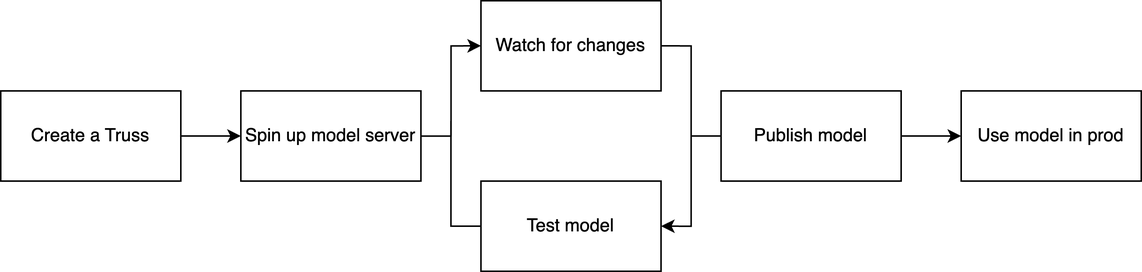
This is docs/images/user-workflow.png from basetenlabs/truss, a draw.io export, as it was before one commit. Source tidied: cells renumbered, new cells last; positions are measured from the earlier drawing's top-left corner, leaving out a move shared by most shapes. Its diagram source:
```xml
<mxGraphModel>
  <root>
    <mxCell id="0" />
    <mxCell id="1" parent="0" />
    <mxCell id="2" style="edgeStyle=orthogonalEdgeStyle;rounded=0;jettySize=auto;html=1;sketch=0;fontStyle=0;" parent="1" edge="1" source="3" target="5">
      <mxGeometry relative="1" as="geometry" />
    </mxCell>
    <mxCell id="3" value="Create a Truss" style="rounded=0;whiteSpace=wrap;html=1;sketch=0;fontStyle=0;" parent="1" vertex="1">
      <mxGeometry y="60" width="120" height="60" as="geometry" />
    </mxCell>
    <mxCell id="4" style="edgeStyle=orthogonalEdgeStyle;rounded=0;jettySize=auto;html=1;entryX=0;entryY=0.5;entryDx=0;entryDy=0;sketch=0;fontStyle=0;" parent="1" edge="1" source="5" target="7">
      <mxGeometry relative="1" as="geometry" />
    </mxCell>
    <mxCell id="5" value="Spin up model server" style="rounded=0;whiteSpace=wrap;html=1;sketch=0;fontStyle=0;" parent="1" vertex="1">
      <mxGeometry x="160" y="60" width="120" height="60" as="geometry" />
    </mxCell>
    <mxCell id="6" style="edgeStyle=orthogonalEdgeStyle;rounded=0;jettySize=auto;html=1;exitX=1;exitY=0.5;exitDx=0;exitDy=0;entryX=1;entryY=0.5;entryDx=0;entryDy=0;sketch=0;fontStyle=0;" parent="1" edge="1" source="7" target="8">
      <mxGeometry relative="1" as="geometry" />
    </mxCell>
    <mxCell id="7" value="Watch for changes" style="rounded=0;whiteSpace=wrap;html=1;sketch=0;fontStyle=0;" parent="1" vertex="1">
      <mxGeometry x="320" width="120" height="60" as="geometry" />
    </mxCell>
    <mxCell id="8" value="Test model" style="rounded=0;whiteSpace=wrap;html=1;sketch=0;fontStyle=0;" parent="1" vertex="1">
      <mxGeometry x="320" y="120" width="120" height="60" as="geometry" />
    </mxCell>
    <mxCell id="9" style="edgeStyle=orthogonalEdgeStyle;rounded=0;jettySize=auto;html=1;sketch=0;fontStyle=0;" parent="1" edge="1" source="10" target="11">
      <mxGeometry relative="1" as="geometry" />
    </mxCell>
    <mxCell id="10" value="Publish model" style="rounded=0;whiteSpace=wrap;html=1;sketch=0;fontStyle=0;" parent="1" vertex="1">
      <mxGeometry x="480" y="60" width="120" height="60" as="geometry" />
    </mxCell>
    <mxCell id="11" value="Use model in prod" style="rounded=0;whiteSpace=wrap;html=1;sketch=0;fontStyle=0;" parent="1" vertex="1">
      <mxGeometry x="640" y="60" width="120" height="60" as="geometry" />
    </mxCell>
    <mxCell id="12" style="endArrow=none;html=1;rounded=0;exitX=0;exitY=0.5;exitDx=0;exitDy=0;sketch=0;fontStyle=0;" parent="1" edge="1" source="8">
      <mxGeometry relative="1" as="geometry">
        <mxPoint x="300" y="80" as="targetPoint" />
        <Array as="points">
          <mxPoint x="300" y="150" />
        </Array>
      </mxGeometry>
    </mxCell>
    <mxCell id="13" style="endArrow=none;html=1;rounded=0;entryX=0;entryY=0.5;entryDx=0;entryDy=0;sketch=0;fontStyle=0;" parent="1" edge="1" target="10">
      <mxGeometry relative="1" as="geometry">
        <mxPoint x="460" y="90" as="sourcePoint" />
      </mxGeometry>
    </mxCell>
  </root>
</mxGraphModel>
```
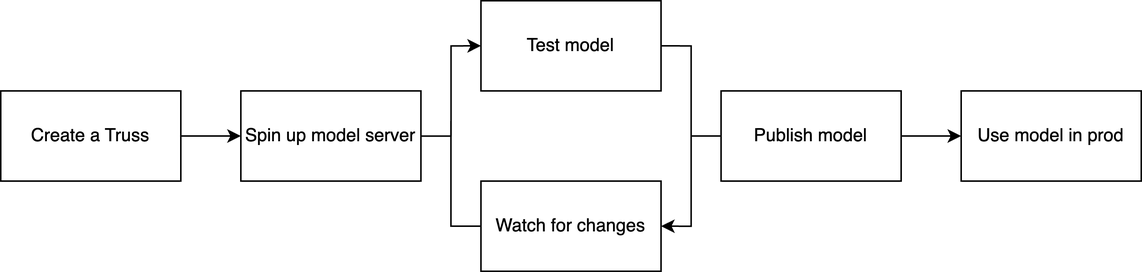
Later version of the same file.

Commit message:
user guide

The edit, as a diff of the source:
```diff
@@ -17,10 +17,10 @@
     <mxCell id="6" style="edgeStyle=orthogonalEdgeStyle;rounded=0;jettySize=auto;html=1;exitX=1;exitY=0.5;exitDx=0;exitDy=0;entryX=1;entryY=0.5;entryDx=0;entryDy=0;sketch=0;fontStyle=0;" parent="1" edge="1" source="7" target="8">
       <mxGeometry relative="1" as="geometry" />
     </mxCell>
-    <mxCell id="7" value="Watch for changes" style="rounded=0;whiteSpace=wrap;html=1;sketch=0;fontStyle=0;" parent="1" vertex="1">
+    <mxCell id="7" value="Test model" style="rounded=0;whiteSpace=wrap;html=1;sketch=0;fontStyle=0;" parent="1" vertex="1">
       <mxGeometry x="320" width="120" height="60" as="geometry" />
     </mxCell>
-    <mxCell id="8" value="Test model" style="rounded=0;whiteSpace=wrap;html=1;sketch=0;fontStyle=0;" parent="1" vertex="1">
+    <mxCell id="8" value="Watch for changes" style="rounded=0;whiteSpace=wrap;html=1;sketch=0;fontStyle=0;" parent="1" vertex="1">
       <mxGeometry x="320" y="120" width="120" height="60" as="geometry" />
     </mxCell>
     <mxCell id="9" style="edgeStyle=orthogonalEdgeStyle;rounded=0;jettySize=auto;html=1;sketch=0;fontStyle=0;" parent="1" edge="1" source="10" target="11">
```
